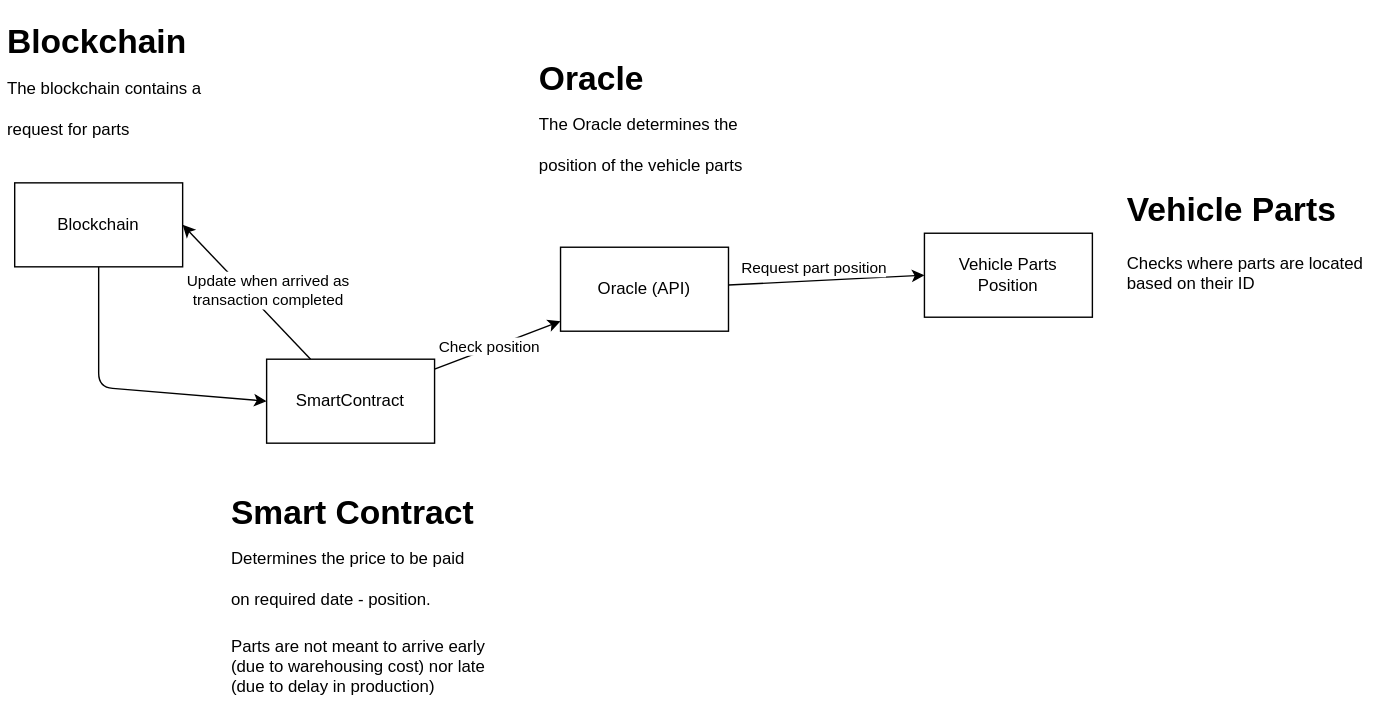
Above: data_architecture.drawio.svg in mroninski/supply-block-chain-chain (draw.io), before the change. Source tidied: cells renumbered, new cells last; positions are measured from the earlier drawing's top-left corner, leaving out a move shared by most shapes. Its diagram source:
```xml
<mxGraphModel>
  <root>
    <mxCell id="0" />
    <mxCell id="1" parent="0" />
    <mxCell id="2" style="edgeStyle=none;html=1;entryX=0;entryY=0.5;entryDx=0;entryDy=0;" parent="1" edge="1" source="3" target="15">
      <mxGeometry relative="1" as="geometry">
        <Array as="points">
          <mxPoint x="70" y="266" />
        </Array>
      </mxGeometry>
    </mxCell>
    <mxCell id="3" value="Blockchain" style="rounded=0;whiteSpace=wrap;html=1;" parent="1" vertex="1">
      <mxGeometry x="10" y="120" width="120" height="60" as="geometry" />
    </mxCell>
    <mxCell id="4" style="edgeStyle=none;html=1;entryX=0;entryY=0.5;entryDx=0;entryDy=0;" parent="1" edge="1" source="6" target="7">
      <mxGeometry relative="1" as="geometry" />
    </mxCell>
    <mxCell id="5" value="Request part position" style="edgeLabel;html=1;align=center;verticalAlign=middle;" parent="4" vertex="1">
      <mxGeometry x="-0.14" y="-5" relative="1" as="geometry">
        <mxPoint y="-15" as="offset" />
      </mxGeometry>
    </mxCell>
    <mxCell id="6" value="Oracle (API)" style="rounded=0;whiteSpace=wrap;html=1;" parent="1" vertex="1">
      <mxGeometry x="400" y="166" width="120" height="60" as="geometry" />
    </mxCell>
    <mxCell id="7" value="Vehicle Parts &lt;br&gt;Position" style="rounded=0;whiteSpace=wrap;html=1;" parent="1" vertex="1">
      <mxGeometry x="660" y="156" width="120" height="60" as="geometry" />
    </mxCell>
    <mxCell id="8" value="&lt;h1&gt;Vehicle Parts&lt;/h1&gt;&lt;p&gt;Checks where parts are located based on their ID&lt;/p&gt;" style="text;html=1;strokeColor=none;fillColor=none;spacing=5;spacingTop=-20;whiteSpace=wrap;overflow=hidden;rounded=0;" parent="1" vertex="1">
      <mxGeometry x="800" y="120" width="190" height="120" as="geometry" />
    </mxCell>
    <mxCell id="9" value="&lt;h1&gt;&lt;span style=&quot;background-color: initial;&quot;&gt;Blockchain&lt;br&gt;&lt;/span&gt;&lt;span style=&quot;background-color: initial; font-size: 12px; font-weight: normal;&quot;&gt;The blockchain contains a request for parts&lt;/span&gt;&lt;br&gt;&lt;/h1&gt;" style="text;html=1;strokeColor=none;fillColor=none;spacing=5;spacingTop=-20;whiteSpace=wrap;overflow=hidden;rounded=0;" parent="1" vertex="1">
      <mxGeometry width="190" height="120" as="geometry" />
    </mxCell>
    <mxCell id="10" value="&lt;h1&gt;&lt;span style=&quot;background-color: initial;&quot;&gt;Oracle&lt;br&gt;&lt;/span&gt;&lt;span style=&quot;background-color: initial; font-size: 12px; font-weight: normal;&quot;&gt;The Oracle determines the position of the vehicle parts&lt;/span&gt;&lt;br&gt;&lt;/h1&gt;" style="text;html=1;strokeColor=none;fillColor=none;spacing=5;spacingTop=-20;whiteSpace=wrap;overflow=hidden;rounded=0;" parent="1" vertex="1">
      <mxGeometry x="380" y="26" width="190" height="120" as="geometry" />
    </mxCell>
    <mxCell id="11" style="edgeStyle=none;html=1;" parent="1" edge="1" source="15" target="6">
      <mxGeometry relative="1" as="geometry" />
    </mxCell>
    <mxCell id="12" value="Check position" style="edgeLabel;html=1;align=center;verticalAlign=middle;" parent="11" vertex="1">
      <mxGeometry x="-0.12" y="2" relative="1" as="geometry" />
    </mxCell>
    <mxCell id="13" style="edgeStyle=none;html=1;entryX=1;entryY=0.5;entryDx=0;entryDy=0;" parent="1" edge="1" source="15" target="3">
      <mxGeometry relative="1" as="geometry" />
    </mxCell>
    <mxCell id="14" value="Update when arrived as&amp;nbsp;&lt;br&gt;transaction completed" style="edgeLabel;html=1;align=center;verticalAlign=middle;" parent="13" vertex="1">
      <mxGeometry x="0.46" y="3" relative="1" as="geometry">
        <mxPoint x="37" y="18" as="offset" />
      </mxGeometry>
    </mxCell>
    <mxCell id="15" value="SmartContract" style="rounded=0;whiteSpace=wrap;html=1;" parent="1" vertex="1">
      <mxGeometry x="190" y="246" width="120" height="60" as="geometry" />
    </mxCell>
    <mxCell id="16" value="&lt;h1&gt;&lt;span style=&quot;background-color: initial;&quot;&gt;Smart Contract&lt;br&gt;&lt;/span&gt;&lt;span style=&quot;font-size: 12px; font-weight: 400;&quot;&gt;Determines the price to be paid on required date - position.&lt;/span&gt;&lt;/h1&gt;&lt;div&gt;&lt;span style=&quot;font-size: 12px; font-weight: 400;&quot;&gt;Parts are not meant to arrive early (due to warehousing cost) nor late (due to delay in production)&lt;/span&gt;&lt;/div&gt;" style="text;html=1;strokeColor=none;fillColor=none;spacing=5;spacingTop=-20;whiteSpace=wrap;overflow=hidden;rounded=0;" parent="1" vertex="1">
      <mxGeometry x="160" y="336" width="190" height="170" as="geometry" />
    </mxCell>
  </root>
</mxGraphModel>
```
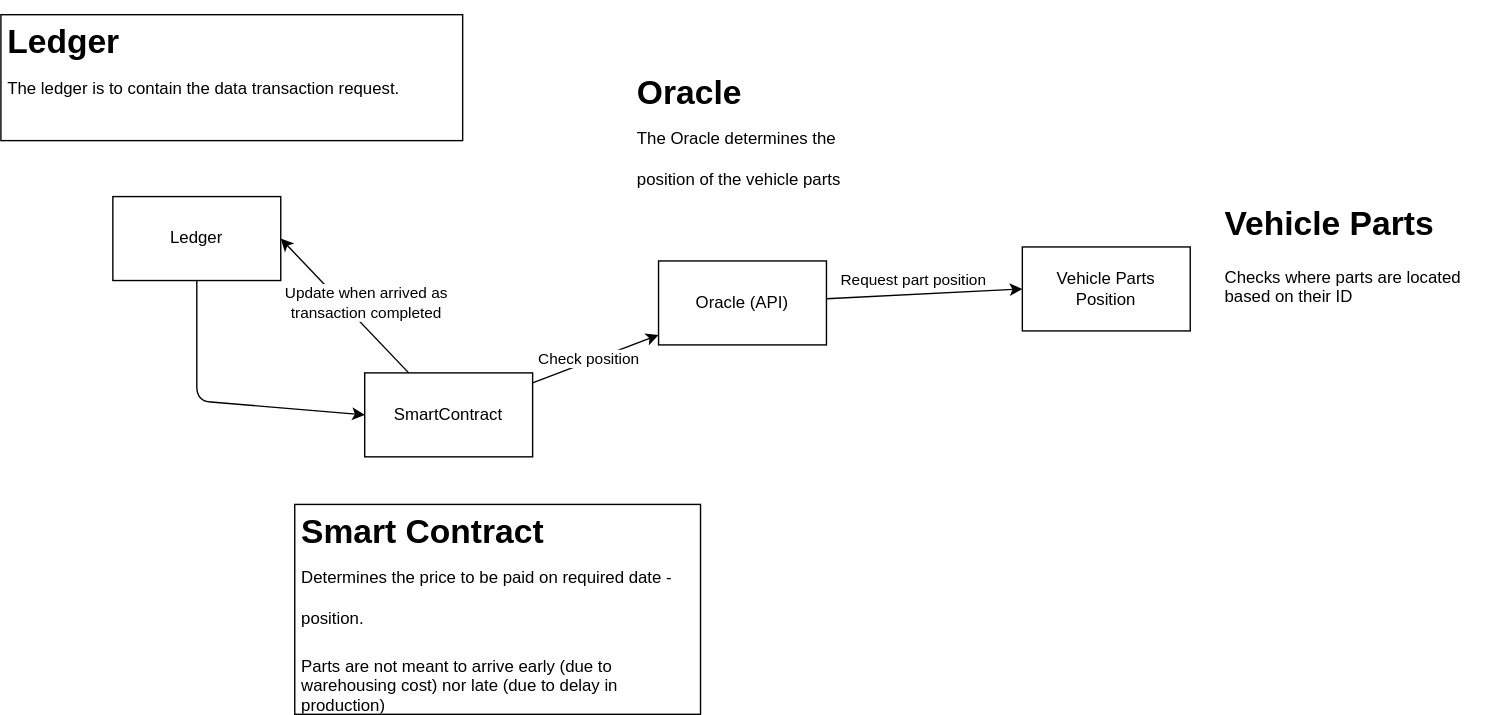
The same file after the commit.

Commit message:
Adding the transaction history, getting the model structure a bit cleaner and having the new structure of the DB

The edit, as a diff of the source:
```diff
@@ -9,7 +9,7 @@
         </Array>
       </mxGeometry>
     </mxCell>
-    <mxCell id="3" value="Blockchain" style="rounded=0;whiteSpace=wrap;html=1;" parent="1" vertex="1">
+    <mxCell id="3" value="Ledger" style="rounded=0;whiteSpace=wrap;html=1;" parent="1" vertex="1">
       <mxGeometry x="10" y="120" width="120" height="60" as="geometry" />
     </mxCell>
     <mxCell id="4" style="edgeStyle=none;html=1;entryX=0;entryY=0.5;entryDx=0;entryDy=0;" parent="1" edge="1" source="6" target="7">
@@ -29,8 +29,8 @@
     <mxCell id="8" value="&lt;h1&gt;Vehicle Parts&lt;/h1&gt;&lt;p&gt;Checks where parts are located based on their ID&lt;/p&gt;" style="text;html=1;strokeColor=none;fillColor=none;spacing=5;spacingTop=-20;whiteSpace=wrap;overflow=hidden;rounded=0;" parent="1" vertex="1">
       <mxGeometry x="800" y="120" width="190" height="120" as="geometry" />
     </mxCell>
-    <mxCell id="9" value="&lt;h1&gt;&lt;span style=&quot;background-color: initial;&quot;&gt;Blockchain&lt;br&gt;&lt;/span&gt;&lt;span style=&quot;background-color: initial; font-size: 12px; font-weight: normal;&quot;&gt;The blockchain contains a request for parts&lt;/span&gt;&lt;br&gt;&lt;/h1&gt;" style="text;html=1;strokeColor=none;fillColor=none;spacing=5;spacingTop=-20;whiteSpace=wrap;overflow=hidden;rounded=0;" parent="1" vertex="1">
-      <mxGeometry width="190" height="120" as="geometry" />
+    <mxCell id="9" value="&lt;h1&gt;&lt;span style=&quot;background-color: initial;&quot;&gt;Ledger&lt;br&gt;&lt;/span&gt;&lt;span style=&quot;background-color: initial; font-size: 12px; font-weight: normal;&quot;&gt;The ledger is to contain the data transaction request.&amp;nbsp;&lt;/span&gt;&lt;br&gt;&lt;/h1&gt;" style="text;html=1;strokeColor=default;fillColor=none;spacing=5;spacingTop=-20;whiteSpace=wrap;overflow=hidden;rounded=0;" parent="1" vertex="1">
+      <mxGeometry x="-70" y="-10" width="330" height="90" as="geometry" />
     </mxCell>
     <mxCell id="10" value="&lt;h1&gt;&lt;span style=&quot;background-color: initial;&quot;&gt;Oracle&lt;br&gt;&lt;/span&gt;&lt;span style=&quot;background-color: initial; font-size: 12px; font-weight: normal;&quot;&gt;The Oracle determines the position of the vehicle parts&lt;/span&gt;&lt;br&gt;&lt;/h1&gt;" style="text;html=1;strokeColor=none;fillColor=none;spacing=5;spacingTop=-20;whiteSpace=wrap;overflow=hidden;rounded=0;" parent="1" vertex="1">
       <mxGeometry x="380" y="26" width="190" height="120" as="geometry" />
@@ -46,14 +46,14 @@
     </mxCell>
     <mxCell id="14" value="Update when arrived as&amp;nbsp;&lt;br&gt;transaction completed" style="edgeLabel;html=1;align=center;verticalAlign=middle;" parent="13" vertex="1">
       <mxGeometry x="0.46" y="3" relative="1" as="geometry">
-        <mxPoint x="37" y="18" as="offset" />
+        <mxPoint x="38" y="18" as="offset" />
       </mxGeometry>
     </mxCell>
     <mxCell id="15" value="SmartContract" style="rounded=0;whiteSpace=wrap;html=1;" parent="1" vertex="1">
       <mxGeometry x="190" y="246" width="120" height="60" as="geometry" />
     </mxCell>
-    <mxCell id="16" value="&lt;h1&gt;&lt;span style=&quot;background-color: initial;&quot;&gt;Smart Contract&lt;br&gt;&lt;/span&gt;&lt;span style=&quot;font-size: 12px; font-weight: 400;&quot;&gt;Determines the price to be paid on required date - position.&lt;/span&gt;&lt;/h1&gt;&lt;div&gt;&lt;span style=&quot;font-size: 12px; font-weight: 400;&quot;&gt;Parts are not meant to arrive early (due to warehousing cost) nor late (due to delay in production)&lt;/span&gt;&lt;/div&gt;" style="text;html=1;strokeColor=none;fillColor=none;spacing=5;spacingTop=-20;whiteSpace=wrap;overflow=hidden;rounded=0;" parent="1" vertex="1">
-      <mxGeometry x="160" y="336" width="190" height="170" as="geometry" />
+    <mxCell id="16" value="&lt;h1&gt;&lt;span style=&quot;background-color: initial;&quot;&gt;Smart Contract&lt;br&gt;&lt;/span&gt;&lt;span style=&quot;font-size: 12px; font-weight: 400;&quot;&gt;Determines the price to be paid on required date - position.&lt;/span&gt;&lt;/h1&gt;&lt;div&gt;&lt;span style=&quot;font-size: 12px; font-weight: 400;&quot;&gt;Parts are not meant to arrive early (due to warehousing cost) nor late (due to delay in production)&lt;/span&gt;&lt;/div&gt;" style="text;html=1;strokeColor=default;fillColor=none;spacing=5;spacingTop=-20;whiteSpace=wrap;overflow=hidden;rounded=0;" parent="1" vertex="1">
+      <mxGeometry x="140" y="340" width="290" height="150" as="geometry" />
     </mxCell>
   </root>
 </mxGraphModel>
```
